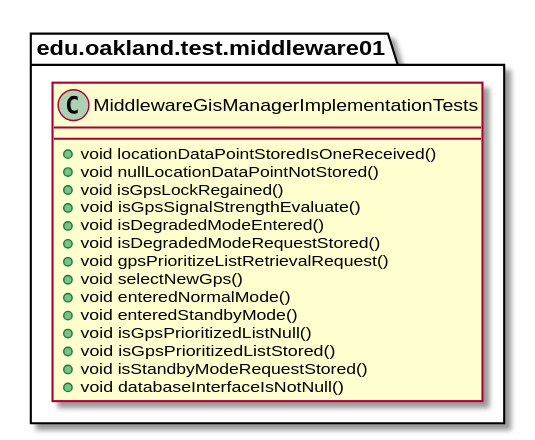
Earlier version of the PlantUML export docs/uml-class-diagrams/middleware01/test/MiddlewareGisManagerImplementationTests/MiddlewareGisManagerImplementationTests.svg (andrewdimmer/csi-3370-software-project).
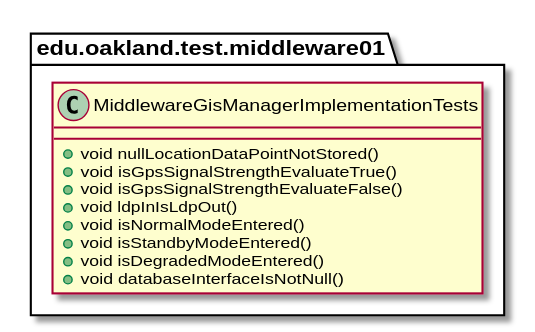
Above is the later version.

Change to the diagram source:
```diff
@@ -2,19 +2,13 @@
 
 package edu.oakland.test.middleware01 {
   class MiddlewareGisManagerImplementationTests {
-    + void locationDataPointStoredIsOneReceived()
     + void nullLocationDataPointNotStored()
-    + void isGpsLockRegained()
-    + void isGpsSignalStrengthEvaluate()
+    + void isGpsSignalStrengthEvaluateTrue()
+    + void isGpsSignalStrengthEvaluateFalse()
+    + void ldpInIsLdpOut()
+    + void isNormalModeEntered()
+    + void isStandbyModeEntered()
     + void isDegradedModeEntered()
-    + void isDegradedModeRequestStored()
-    + void gpsPrioritizeListRetrievalRequest()
-    + void selectNewGps()
-    + void enteredNormalMode()
-    + void enteredStandbyMode()
-    + void isGpsPrioritizedListNull()
-    + void isGpsPrioritizedListStored()
-    + void isStandbyModeRequestStored()
     + void databaseInterfaceIsNotNull()
   }
 }
```
